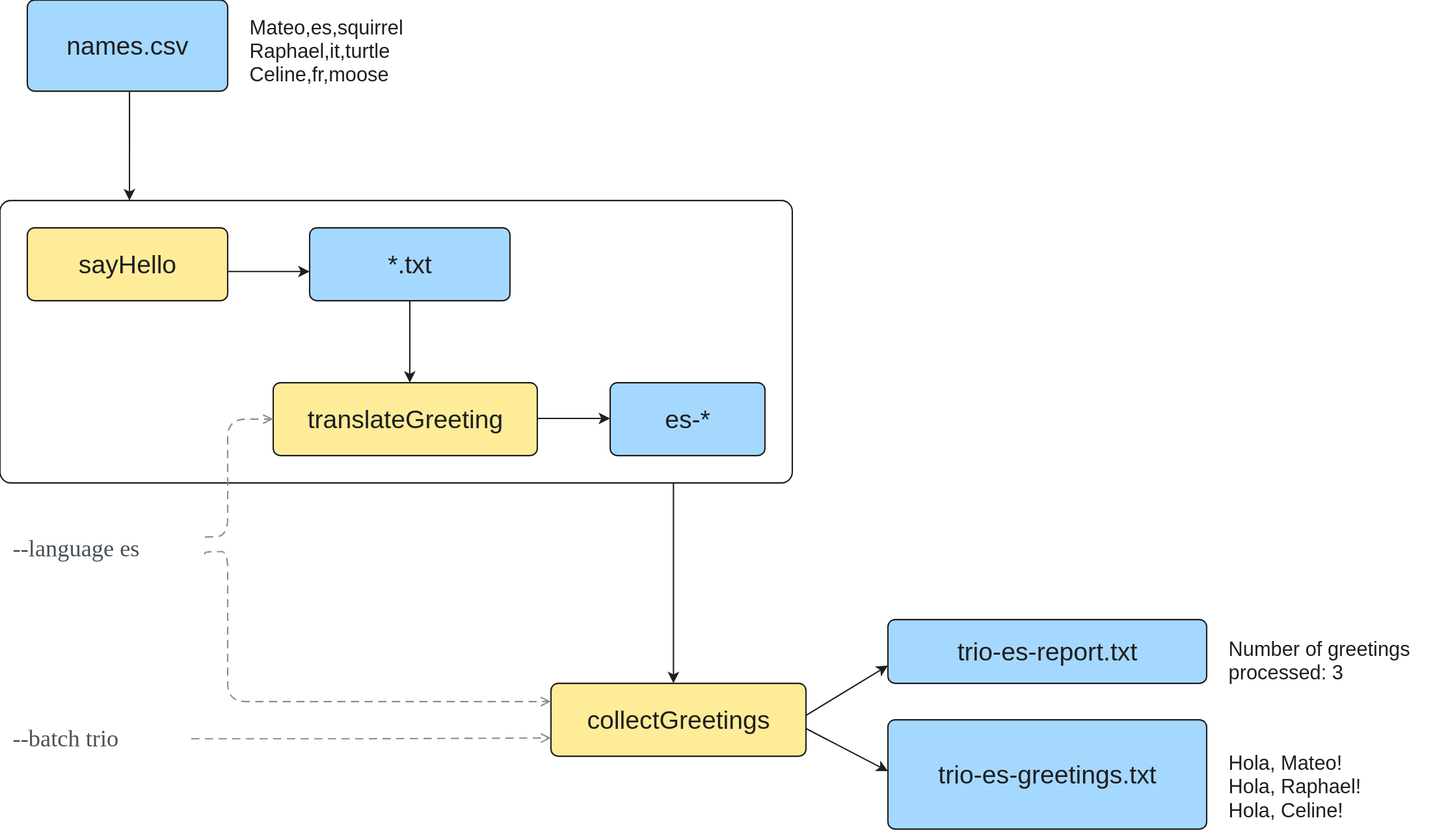
Above: docs/en/docs/hello_nextflow/img/hello-collect-4-way.drawio.svg in nextflow-io/training (draw.io), before the change. Source tidied: cells renumbered, new cells last; positions are measured from the earlier drawing's top-left corner, leaving out a move shared by most shapes.
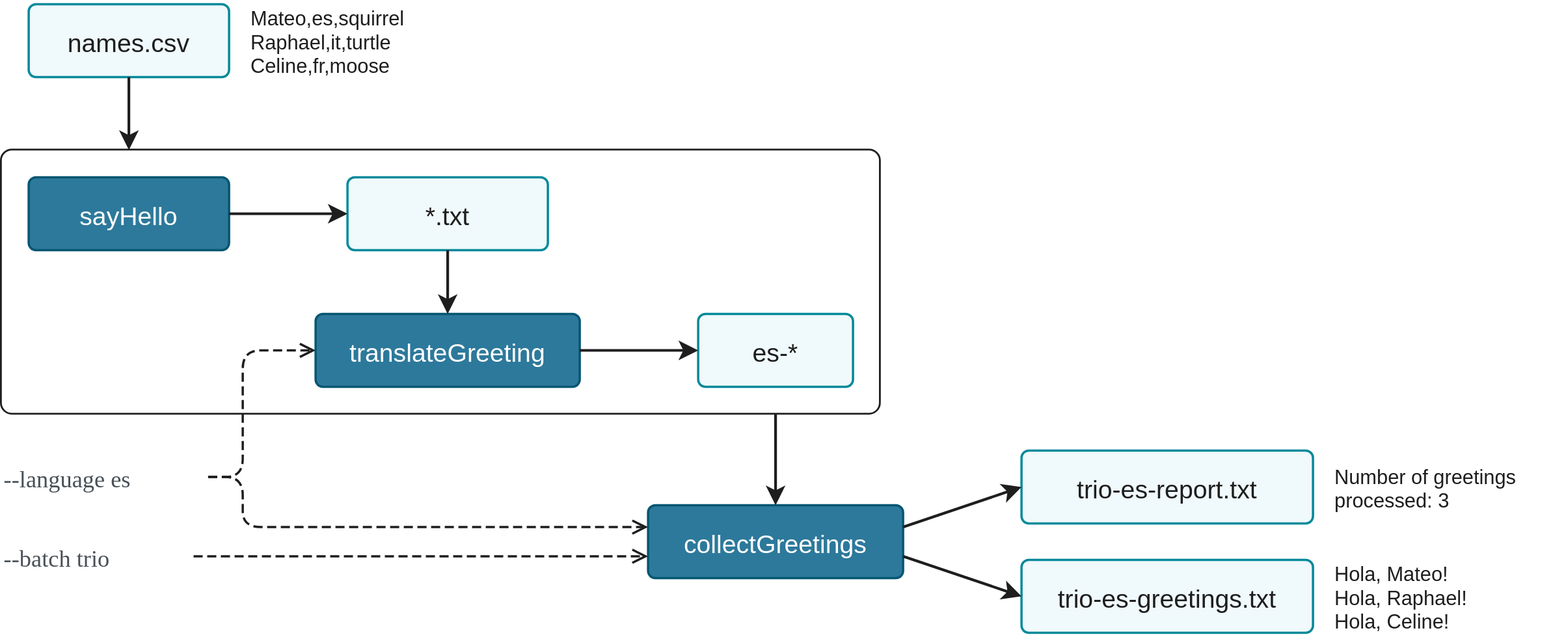
Later version of the same file.

Commit message:
docs(hello_nextflow): restyle 4-way collect diagram with draw.io rules

What changed in the source:
```diff
@@ -2,85 +2,85 @@
   <root>
     <mxCell id="0" />
     <mxCell id="1" parent="0" />
-    <mxCell id="2" style="rounded=1;absoluteArcSize=1;arcSize=24;whiteSpace=wrap;html=0;fillColor=none;strokeColor=#1e1e1e;strokeWidth=1.5;" parent="1" vertex="1">
-      <mxGeometry y="220" width="870" height="310" as="geometry" />
+    <mxCell id="2" style="rounded=1;absoluteArcSize=1;arcSize=24;whiteSpace=nowrap;html=0;fillColor=none;strokeColor=#1e1e1e;strokeWidth=2;" parent="1" vertex="1">
+      <mxGeometry y="240" width="965" height="290" as="geometry" />
     </mxCell>
-    <mxCell id="3" value="sayHello" style="rounded=1;absoluteArcSize=1;arcSize=16;whiteSpace=wrap;html=0;fillColor=#ffec99;strokeColor=#1e1e1e;strokeWidth=1.5;fontFamily=Helvetica;fontSize=28;fontColor=#1e1e1e;" parent="2" vertex="1">
+    <mxCell id="3" value="sayHello" style="rounded=1;absoluteArcSize=1;arcSize=16;whiteSpace=nowrap;html=0;fontFamily=Helvetica;fontSize=28;fillColor=#2d799b;strokeColor=#055672;fontColor=#ffffff;strokeWidth=2.5;" parent="2" vertex="1">
       <mxGeometry x="30" y="30" width="220" height="80" as="geometry" />
     </mxCell>
-    <mxCell id="4" value="*.txt" style="rounded=1;absoluteArcSize=1;arcSize=16;whiteSpace=wrap;html=0;fillColor=#a5d8ff;strokeColor=#1e1e1e;strokeWidth=1.5;fontFamily=Helvetica;fontSize=28;fontColor=#1e1e1e;" parent="2" vertex="1">
-      <mxGeometry x="340" y="30" width="220" height="80" as="geometry" />
+    <mxCell id="4" value="*.txt" style="rounded=1;absoluteArcSize=1;arcSize=16;whiteSpace=nowrap;html=0;fontFamily=Helvetica;fontSize=28;fillColor=#f0f9fb;strokeColor=#02899a;fontColor=#1e1e1e;strokeWidth=2.5;" parent="2" vertex="1">
+      <mxGeometry x="380" y="30" width="220" height="80" as="geometry" />
     </mxCell>
-    <mxCell id="5" value="translateGreeting" style="rounded=1;absoluteArcSize=1;arcSize=16;whiteSpace=wrap;html=0;fillColor=#ffec99;strokeColor=#1e1e1e;strokeWidth=1.5;fontFamily=Helvetica;fontSize=28;fontColor=#1e1e1e;" parent="2" vertex="1">
-      <mxGeometry x="300" y="200" width="290" height="80" as="geometry" />
+    <mxCell id="5" value="translateGreeting" style="rounded=1;absoluteArcSize=1;arcSize=16;whiteSpace=nowrap;html=0;fontFamily=Helvetica;fontSize=28;fillColor=#2d799b;strokeColor=#055672;fontColor=#ffffff;strokeWidth=2.5;" parent="2" vertex="1">
+      <mxGeometry x="345" y="180" width="290" height="80" as="geometry" />
     </mxCell>
-    <mxCell id="6" value="es-*" style="rounded=1;absoluteArcSize=1;arcSize=16;whiteSpace=wrap;html=0;fillColor=#a5d8ff;strokeColor=#1e1e1e;strokeWidth=1.5;fontFamily=Helvetica;fontSize=28;fontColor=#1e1e1e;" parent="2" vertex="1">
-      <mxGeometry x="670" y="200" width="170" height="80" as="geometry" />
+    <mxCell id="6" value="es-*" style="rounded=1;absoluteArcSize=1;arcSize=16;whiteSpace=nowrap;html=0;fontFamily=Helvetica;fontSize=28;fillColor=#f0f9fb;strokeColor=#02899a;fontColor=#1e1e1e;strokeWidth=2.5;" parent="2" vertex="1">
+      <mxGeometry x="765" y="180" width="170" height="80" as="geometry" />
     </mxCell>
-    <mxCell id="7" style="edgeStyle=none;html=0;endArrow=classic;endFill=1;endSize=8;strokeWidth=1.5;strokeColor=#1e1e1e;exitX=0.5;exitY=1;exitDx=0;exitDy=0;entryY=0;entryDy=0;entryX=0.5172;entryDx=0;" parent="2" edge="1" source="4" target="5">
+    <mxCell id="7" style="edgeStyle=none;html=0;endArrow=classic;endFill=1;strokeColor=#1e1e1e;exitX=0.5;exitY=1;exitDx=0;exitDy=0;entryY=0;entryDy=0;entryDx=0;entryX=0.5;strokeWidth=3;endSize=12;" parent="2" edge="1" source="4" target="5">
       <mxGeometry relative="1" as="geometry" />
     </mxCell>
-    <mxCell id="8" style="edgeStyle=none;html=0;endArrow=classic;endFill=1;endSize=8;strokeWidth=1.5;strokeColor=#1e1e1e;exitX=1;exitY=0.49;exitDx=0;exitDy=0;entryX=0;entryY=0.49;entryDx=0;entryDy=0;" parent="2" edge="1" source="5" target="6">
+    <mxCell id="8" style="edgeStyle=none;html=0;endArrow=classic;endFill=1;strokeColor=#1e1e1e;exitX=1;exitY=0.5;entryX=0;entryY=0.5;exitDx=0;exitDy=0;entryDx=0;entryDy=0;strokeWidth=3;endSize=12;" parent="2" edge="1" source="5" target="6">
       <mxGeometry relative="1" as="geometry" />
     </mxCell>
-    <mxCell id="9" style="edgeStyle=none;html=0;endArrow=classic;endFill=1;endSize=8;strokeWidth=1.5;strokeColor=#1e1e1e;exitX=1;exitY=0.6;exitDx=0;exitDy=0;entryX=0;entryY=0.6;entryDx=0;entryDy=0;" parent="2" edge="1" source="3" target="4">
+    <mxCell id="9" style="edgeStyle=none;html=0;endArrow=classic;endFill=1;strokeColor=#1e1e1e;exitX=1;exitY=0.5;entryX=0;entryY=0.5;exitDx=0;exitDy=0;entryDx=0;entryDy=0;strokeWidth=3;endSize=12;" parent="2" edge="1" source="3" target="4">
       <mxGeometry relative="1" as="geometry" />
     </mxCell>
-    <mxCell id="10" value="collectGreetings" style="rounded=1;absoluteArcSize=1;arcSize=16;whiteSpace=wrap;html=0;fillColor=#ffec99;strokeColor=#1e1e1e;strokeWidth=1.5;fontFamily=Helvetica;fontSize=28;fontColor=#1e1e1e;" parent="1" vertex="1">
-      <mxGeometry x="605" y="750" width="280" height="80" as="geometry" />
+    <mxCell id="10" value="collectGreetings" style="rounded=1;absoluteArcSize=1;arcSize=16;whiteSpace=nowrap;html=0;fontFamily=Helvetica;fontSize=28;fillColor=#2d799b;strokeColor=#055672;fontColor=#ffffff;strokeWidth=2.5;" parent="1" vertex="1">
+      <mxGeometry x="710" y="630" width="280" height="80" as="geometry" />
     </mxCell>
-    <mxCell id="11" value="trio-es-greetings.txt" style="rounded=1;absoluteArcSize=1;arcSize=16;whiteSpace=wrap;html=0;fillColor=#a5d8ff;strokeColor=#1e1e1e;strokeWidth=1.5;fontFamily=Helvetica;fontSize=28;fontColor=#1e1e1e;" parent="1" vertex="1">
-      <mxGeometry x="975" y="790" width="350" height="120" as="geometry" />
+    <mxCell id="11" value="trio-es-greetings.txt" style="rounded=1;absoluteArcSize=1;arcSize=16;whiteSpace=nowrap;html=0;fontFamily=Helvetica;fontSize=28;fillColor=#f0f9fb;strokeColor=#02899a;fontColor=#1e1e1e;strokeWidth=2.5;" parent="1" vertex="1">
+      <mxGeometry x="1120" y="690" width="320" height="80" as="geometry" />
     </mxCell>
-    <mxCell id="12" value="names.csv" style="rounded=1;absoluteArcSize=1;arcSize=16;whiteSpace=wrap;html=0;fillColor=#a5d8ff;strokeColor=#1e1e1e;strokeWidth=1.5;fontFamily=Helvetica;fontSize=28;fontColor=#1e1e1e;" parent="1" vertex="1">
-      <mxGeometry x="30" width="220" height="100" as="geometry" />
+    <mxCell id="12" value="names.csv" style="rounded=1;absoluteArcSize=1;arcSize=16;whiteSpace=nowrap;html=0;fontFamily=Helvetica;fontSize=28;fillColor=#f0f9fb;strokeColor=#02899a;fontColor=#1e1e1e;strokeWidth=2.5;" parent="1" vertex="1">
+      <mxGeometry x="30" y="80" width="220" height="80" as="geometry" />
     </mxCell>
-    <mxCell id="13" value="trio-es-report.txt" style="rounded=1;absoluteArcSize=1;arcSize=16;whiteSpace=wrap;html=0;fillColor=#a5d8ff;strokeColor=#1e1e1e;strokeWidth=1.5;fontFamily=Helvetica;fontSize=28;fontColor=#1e1e1e;" parent="1" vertex="1">
-      <mxGeometry x="975" y="680" width="350" height="70" as="geometry" />
+    <mxCell id="13" value="trio-es-report.txt" style="rounded=1;absoluteArcSize=1;arcSize=16;whiteSpace=nowrap;html=0;fontFamily=Helvetica;fontSize=28;fillColor=#f0f9fb;strokeColor=#02899a;fontColor=#1e1e1e;strokeWidth=2.5;" parent="1" vertex="1">
+      <mxGeometry x="1120" y="570" width="320" height="80" as="geometry" />
     </mxCell>
     <mxCell id="14" value="Hola, Mateo!&#10;Hola, Raphael!&#10;Hola, Celine!" style="text;html=0;align=left;verticalAlign=middle;whiteSpace=nowrap;spacing=0;spacingLeft=4;fontFamily=Helvetica;fontSize=22;fontColor=#1e1e1e;" parent="1" vertex="1">
-      <mxGeometry x="1345" y="817" width="183" height="88" as="geometry" />
+      <mxGeometry x="1460" y="686" width="183" height="88" as="geometry" />
     </mxCell>
     <mxCell id="15" value="Mateo,es,squirrel&#10;Raphael,it,turtle&#10;Celine,fr,moose" style="text;html=0;align=left;verticalAlign=middle;whiteSpace=nowrap;spacing=0;spacingLeft=4;fontFamily=Helvetica;fontSize=22;fontColor=#1e1e1e;" parent="1" vertex="1">
-      <mxGeometry x="270" y="9.5" width="220" height="88" as="geometry" />
+      <mxGeometry x="270" y="76" width="220" height="88" as="geometry" />
     </mxCell>
     <mxCell id="16" value="--batch trio" style="text;html=0;align=left;verticalAlign=middle;whiteSpace=nowrap;spacing=0;spacingLeft=4;fontSize=26;fontFamily=Menlo;fontColor=#495057;" parent="1" vertex="1">
-      <mxGeometry x="10" y="788" width="200" height="38" as="geometry" />
+      <mxGeometry x="-1" y="667" width="212" height="38" as="geometry" />
     </mxCell>
     <mxCell id="17" value="Number of greetings&#10;processed: 3" style="text;html=0;align=left;verticalAlign=middle;whiteSpace=nowrap;spacing=0;spacingLeft=4;fontFamily=Helvetica;fontSize=22;fontColor=#1e1e1e;" parent="1" vertex="1">
-      <mxGeometry x="1345" y="692" width="244" height="62" as="geometry" />
+      <mxGeometry x="1460" y="579" width="244" height="62" as="geometry" />
     </mxCell>
-    <mxCell id="18" style="edgeStyle=none;html=0;endArrow=classic;endFill=1;endSize=8;strokeWidth=1.5;strokeColor=#1e1e1e;exitX=0.85;exitY=1;exitDx=0;exitDy=0;entryY=0;entryDy=0;entryX=0.4804;entryDx=0;" parent="1" edge="1" source="2" target="10">
+    <mxCell id="18" style="edgeStyle=none;html=0;endArrow=classic;endFill=1;strokeColor=#1e1e1e;exitY=1;exitDx=0;exitDy=0;entryY=0;entryDy=0;entryDx=0;exitX=0.8808;entryX=0.5;strokeWidth=3;endSize=12;" parent="1" edge="1" source="2" target="10">
       <mxGeometry relative="1" as="geometry" />
     </mxCell>
-    <mxCell id="19" style="edgeStyle=none;html=0;endArrow=classic;endFill=1;endSize=8;strokeWidth=1.5;strokeColor=#1e1e1e;exitX=0.51;exitY=1;exitDx=0;exitDy=0;entryY=0;entryDy=0;entryX=0.1634;entryDx=0;" parent="1" edge="1" source="12" target="2">
+    <mxCell id="19" style="edgeStyle=none;html=0;endArrow=classic;endFill=1;strokeColor=#1e1e1e;exitY=1;exitDx=0;exitDy=0;entryY=0;entryDy=0;entryDx=0;exitX=0.5;entryX=0.1451;strokeWidth=3;endSize=12;" parent="1" edge="1" source="12" target="2">
       <mxGeometry relative="1" as="geometry" />
     </mxCell>
-    <mxCell id="20" style="edgeStyle=none;html=0;endArrow=classic;endFill=1;endSize=8;strokeWidth=1.5;strokeColor=#1e1e1e;exitX=1;exitY=0.44;exitDx=0;exitDy=0;entryX=0;entryY=0.72;entryDx=0;entryDy=0;" parent="1" edge="1" source="10" target="13">
+    <mxCell id="20" style="edgeStyle=none;html=0;endArrow=classic;endFill=1;strokeColor=#1e1e1e;exitX=1;exitDx=0;exitDy=0;entryX=0;entryDx=0;entryDy=0;exitY=0.3;entryY=0.5;strokeWidth=3;endSize=12;" parent="1" edge="1" source="10" target="13">
       <mxGeometry relative="1" as="geometry" />
     </mxCell>
-    <mxCell id="21" style="edgeStyle=orthogonalEdgeStyle;rounded=1;arcSize=40;html=0;endSize=8;strokeWidth=1.5;exitX=1;exitY=0.6;exitDx=0;exitDy=0;entryX=0;entryY=0.75;entryDx=0;entryDy=0;dashed=1;dashPattern=6 4;strokeColor=#868e96;endArrow=open;endFill=0;" parent="1" edge="1" source="16" target="10">
+    <mxCell id="21" style="edgeStyle=orthogonalEdgeStyle;rounded=1;arcSize=40;html=0;exitDx=0;exitDy=0;entryDx=0;entryDy=0;dashed=1;endArrow=open;endFill=0;exitX=1;exitY=0.5;entryX=0;entryY=0.7;strokeWidth=2.5;endSize=12;strokeColor=#1e1e1e;dashPattern=4 2;" parent="1" edge="1" source="16" target="10">
       <mxGeometry x="-0.19" relative="1" as="geometry" />
     </mxCell>
-    <mxCell id="22" style="edgeStyle=none;html=0;endArrow=classic;endFill=1;endSize=8;strokeWidth=1.5;strokeColor=#1e1e1e;exitX=1;exitY=0.62;exitDx=0;exitDy=0;entryX=0;entryY=0.47;entryDx=0;entryDy=0;" parent="1" edge="1" source="10" target="11">
+    <mxCell id="22" style="edgeStyle=none;html=0;endArrow=classic;endFill=1;strokeColor=#1e1e1e;exitX=1;exitDx=0;exitDy=0;entryX=0;entryDx=0;entryDy=0;exitY=0.7;entryY=0.5;strokeWidth=3;endSize=12;" parent="1" edge="1" source="10" target="11">
       <mxGeometry relative="1" as="geometry" />
     </mxCell>
     <mxCell id="23" value="--language es" style="text;html=0;align=left;verticalAlign=middle;whiteSpace=nowrap;spacing=0;spacingLeft=4;fontSize=26;fontFamily=Menlo;fontColor=#495057;" parent="1" vertex="1">
-      <mxGeometry x="10" y="580" width="215" height="38" as="geometry" />
+      <mxGeometry x="-1" y="580" width="228" height="38" as="geometry" />
     </mxCell>
-    <mxCell id="24" style="edgeStyle=orthogonalEdgeStyle;rounded=1;arcSize=40;html=0;endSize=8;strokeWidth=1.5;exitX=1;exitY=0.25;exitDx=0;exitDy=0;entryX=0;entryY=0.5;entryDx=0;entryDy=0;dashed=1;dashPattern=6 4;strokeColor=#868e96;endArrow=open;endFill=0;" parent="1" edge="1" source="23" target="5">
+    <mxCell id="24" style="edgeStyle=orthogonalEdgeStyle;rounded=1;arcSize=40;html=0;exitDx=0;exitDy=0;entryDx=0;entryDy=0;dashed=1;endArrow=open;endFill=0;exitX=1;exitY=0.5;entryX=0;entryY=0.5;strokeWidth=2.5;endSize=12;strokeColor=#1e1e1e;dashPattern=4 2;" parent="1" edge="1" source="23" target="5">
       <mxGeometry x="-0.03" relative="1" as="geometry">
         <Array as="points">
-          <mxPoint x="250" y="588.5" />
-          <mxPoint x="250" y="460" />
+          <mxPoint x="265" y="599" />
+          <mxPoint x="265" y="460" />
         </Array>
       </mxGeometry>
     </mxCell>
-    <mxCell id="25" style="edgeStyle=orthogonalEdgeStyle;rounded=1;arcSize=40;html=0;endSize=8;strokeWidth=1.5;entryX=0;entryY=0.25;entryDx=0;entryDy=0;exitX=1;exitY=0.75;exitDx=0;exitDy=0;dashed=1;dashPattern=6 4;strokeColor=#868e96;endArrow=open;endFill=0;" parent="1" edge="1" source="23" target="10">
+    <mxCell id="25" style="edgeStyle=orthogonalEdgeStyle;rounded=1;arcSize=40;html=0;entryDx=0;entryDy=0;exitDx=0;exitDy=0;dashed=1;endArrow=open;endFill=0;exitX=1;exitY=0.5;entryX=0;entryY=0.3;strokeWidth=2.5;endSize=12;strokeColor=#1e1e1e;dashPattern=4 2;" parent="1" edge="1" source="23" target="10">
       <mxGeometry x="-0.39" relative="1" as="geometry">
         <Array as="points">
-          <mxPoint x="250" y="605.5" />
-          <mxPoint x="250" y="770" />
+          <mxPoint x="265" y="599" />
+          <mxPoint x="265" y="654" />
         </Array>
       </mxGeometry>
     </mxCell>
```
